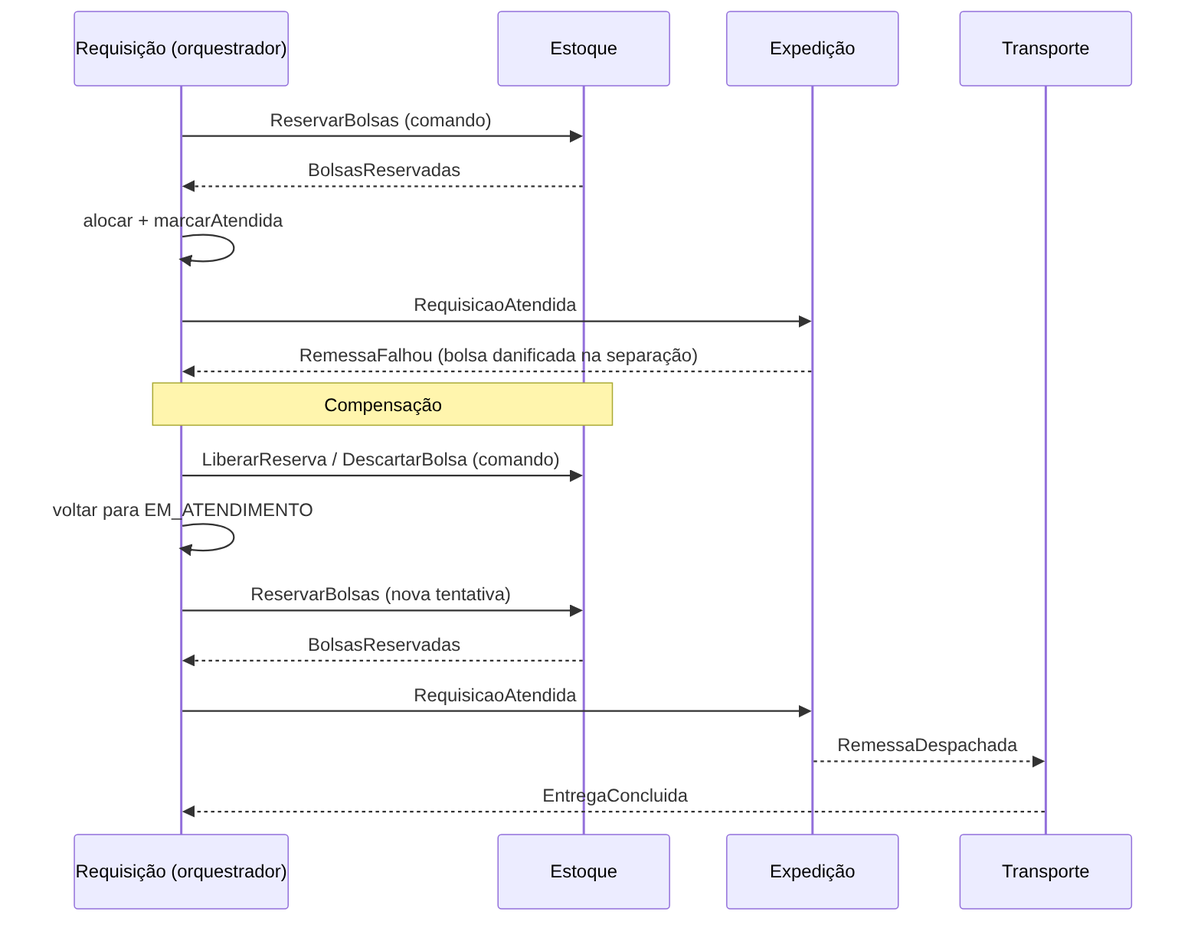
The Mermaid diagram docs/arquitetura/img/saga-atender-requisicao.png in egs3-coder/Trabalho-U2-Parte-2-Planejamento-da-remodelagem, before a commit. Its source is kept beside it as docs/arquitetura/microsservicos/saga-atender-requisicao.mmd. Its diagram source:
```mermaid
sequenceDiagram
  participant R as Requisição (orquestrador)
  participant E as Estoque
  participant X as Expedição
  participant T as Transporte
  R->>E: ReservarBolsas (comando)
  E-->>R: BolsasReservadas
  R->>R: alocar + marcarAtendida
  R->>X: RequisicaoAtendida
  X-->>R: RemessaFalhou (bolsa danificada na separação)
  Note over R,E: Compensação
  R->>E: LiberarReserva / DescartarBolsa (comando)
  R->>R: voltar para EM_ATENDIMENTO
  R->>E: ReservarBolsas (nova tentativa)
  E-->>R: BolsasReservadas
  R->>X: RequisicaoAtendida
  X-->>T: RemessaDespachada
  T-->>R: EntregaConcluida
```
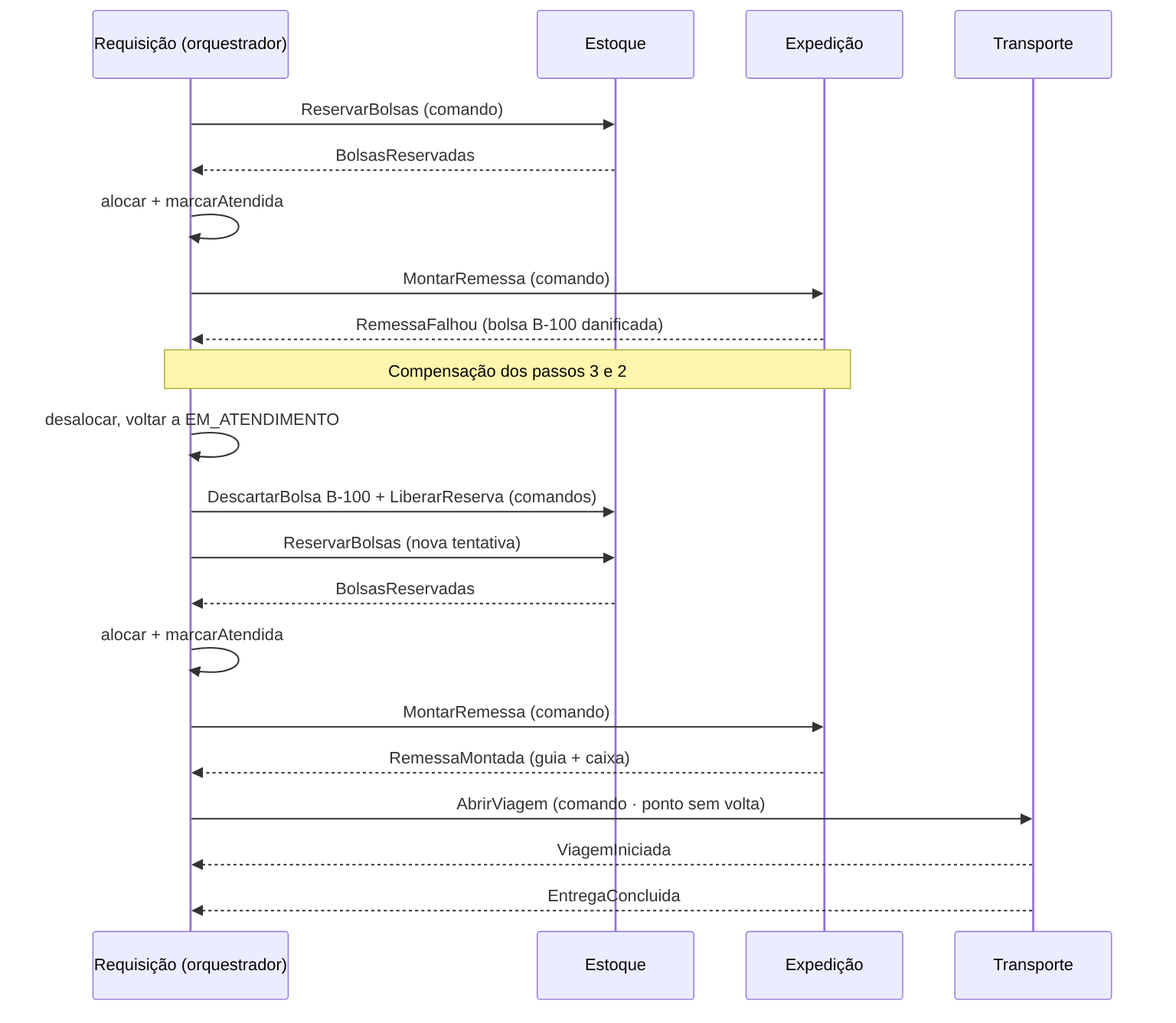
The same file after the commit.

Diff of the diagram source:
```diff
@@ -6,13 +6,16 @@
   R->>E: ReservarBolsas (comando)
   E-->>R: BolsasReservadas
   R->>R: alocar + marcarAtendida
-  R->>X: RequisicaoAtendida
-  X-->>R: RemessaFalhou (bolsa danificada na separação)
-  Note over R,E: Compensação
-  R->>E: LiberarReserva / DescartarBolsa (comando)
-  R->>R: voltar para EM_ATENDIMENTO
+  R->>X: MontarRemessa (comando)
+  X-->>R: RemessaFalhou (bolsa B-100 danificada)
+  Note over R,X: Compensação dos passos 3 e 2
+  R->>R: desalocar, voltar a EM_ATENDIMENTO
+  R->>E: DescartarBolsa B-100 + LiberarReserva (comandos)
   R->>E: ReservarBolsas (nova tentativa)
   E-->>R: BolsasReservadas
-  R->>X: RequisicaoAtendida
-  X-->>T: RemessaDespachada
+  R->>R: alocar + marcarAtendida
+  R->>X: MontarRemessa (comando)
+  X-->>R: RemessaMontada (guia + caixa)
+  R->>T: AbrirViagem (comando · ponto sem volta)
+  T-->>R: ViagemIniciada
   T-->>R: EntregaConcluida
```
